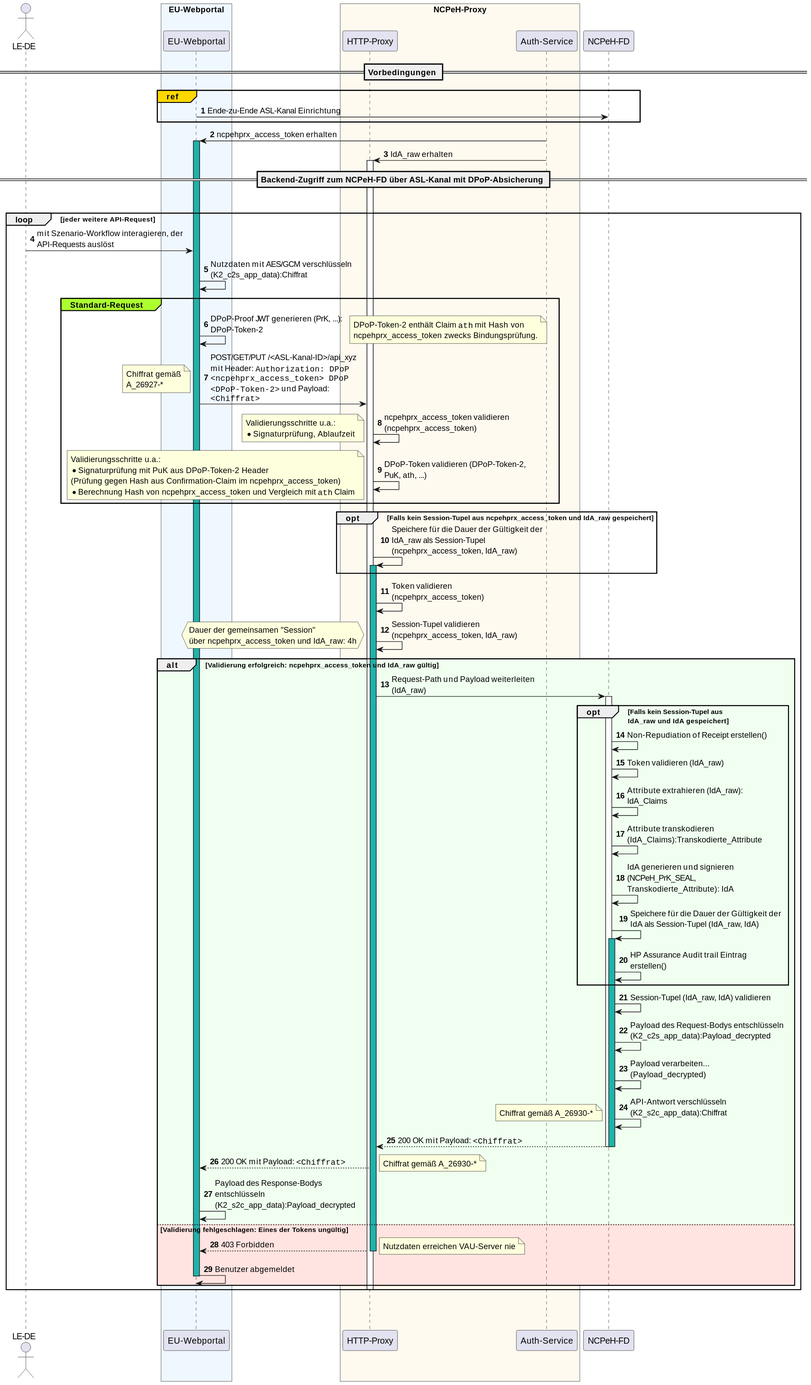
Above: images/eped-b/auth/backend-access_seq.svg in gematik/api-ncpeh (PlantUML), before the change.
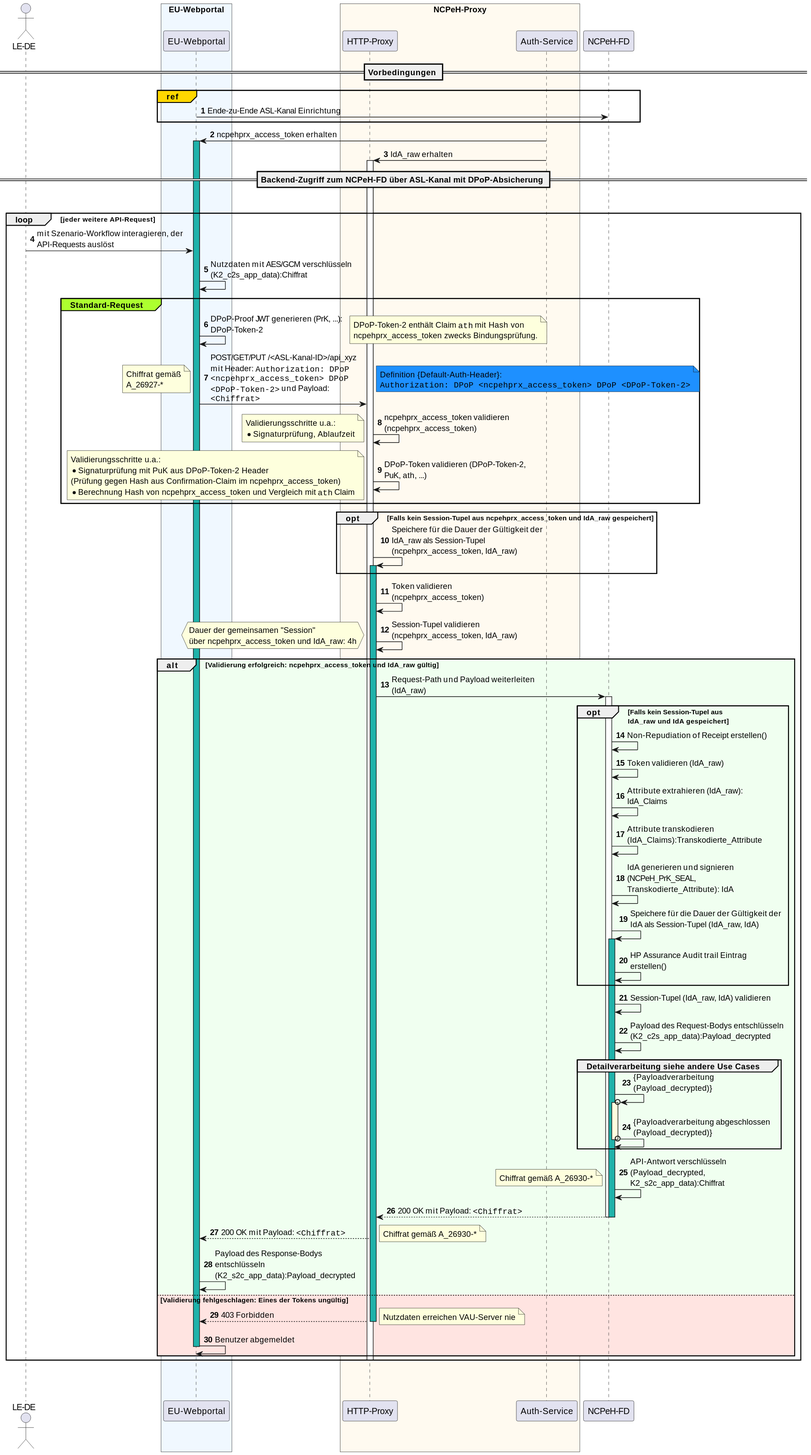
After the commit.

Commit message:
Update backend-access_seq

Change to the diagram source:
```diff
@@ -49,6 +49,10 @@
     end note
 
     WebApp -> Proxy: POST/GET/PUT /<ASL-Kanal-ID>/api_xyz mit Header: ""Authorization: DPoP <ncpehprx_access_token> DPoP <DPoP-Token-2>"" und Payload: ""<Chiffrat>""
+    note right #DodgerBlue
+        Definition {Default-Auth-Header}:
+        ""Authorization: DPoP <ncpehprx_access_token> DPoP <DPoP-Token-2>""
+    end note
     note left
         Chiffrat gemäß
         A_26927-*
@@ -94,8 +98,13 @@
         end
         NCPeH -> NCPeH: Session-Tupel (IdA_raw, IdA) validieren
         NCPeH -> NCPeH: Payload des Request-Bodys entschlüsseln (K2_c2s_app_data):Payload_decrypted
-        NCPeH -> NCPeH: Payload verarbeiten... (Payload_decrypted)
-        NCPeH -> NCPeH: API-Antwort verschlüsseln (K2_s2c_app_data):Chiffrat
+        group Detailverarbeitung siehe andere Use Cases
+            NCPeH ->o NCPeH: {Payloadverarbeitung (Payload_decrypted)}
+            activate NCPeH #LightYellow
+            NCPeH o-> NCPeH: {Payloadverarbeitung abgeschlossen (Payload_decrypted)}
+            deactivate NCPeH
+        end
+        NCPeH -> NCPeH: API-Antwort verschlüsseln (Payload_decrypted, K2_s2c_app_data):Chiffrat
         note left
             Chiffrat gemäß A_26930-*
         end note
```
